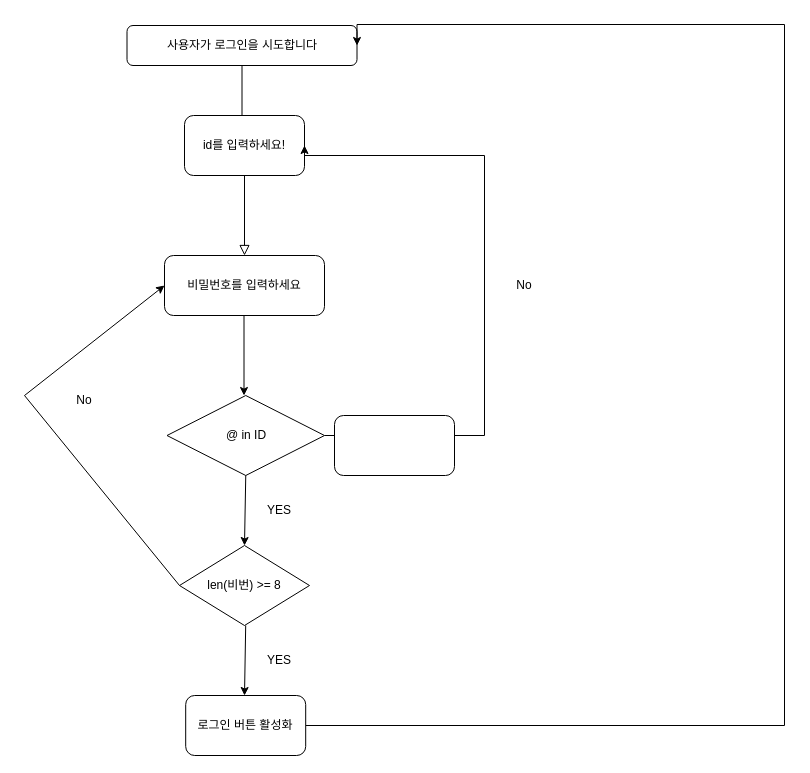
Before: Untitled Diagram.drawio in YEONG-CTRL/HIitsWEB1, a draw.io diagram. Source tidied: cells renumbered, new cells numbered last; positions are measured from the earlier drawing's top-left corner, leaving out a move shared by most shapes. Both pictures are drawn from the tidied source at 100%, with x=0, y=0 at pixel (24, 24).
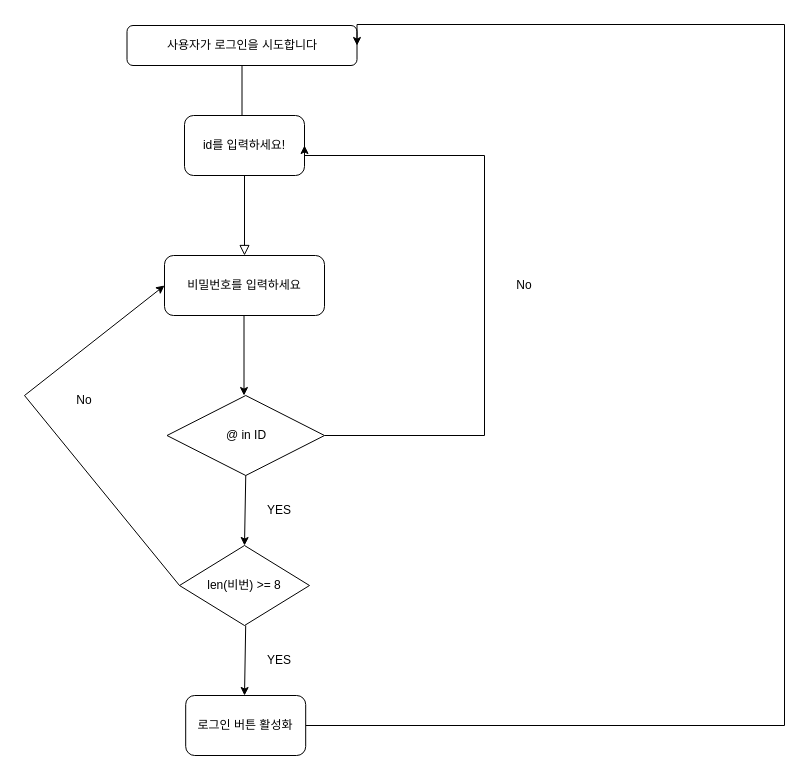
The same diagram, later.

Diff of the diagram source:
```diff
@@
-    <mxCell id="18" style="rounded=1;whiteSpace=wrap;html=1;" parent="1" vertex="1">
-      <mxGeometry x="310" y="391" width="120" height="60" as="geometry" />
-    </mxCell>
```
